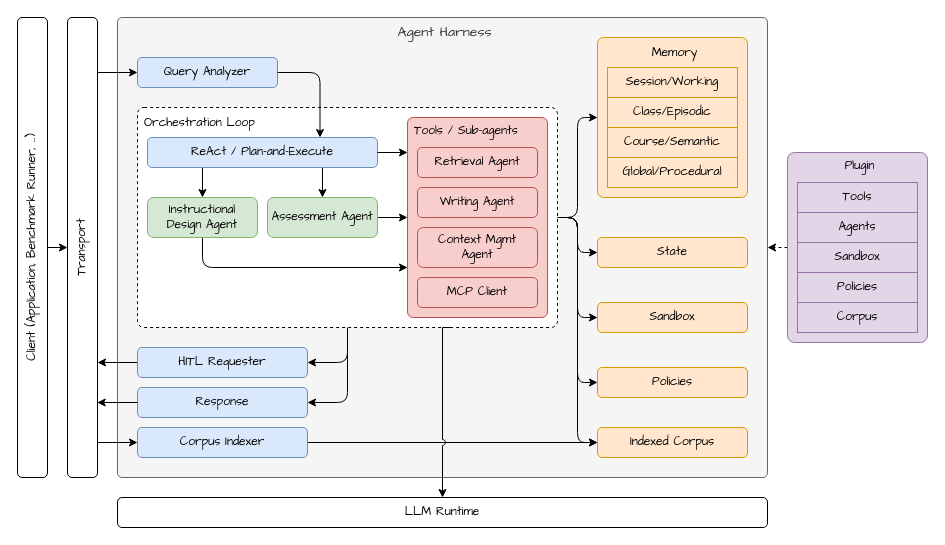
phuongbv00/alignmentgraph-isd keeps this draw.io diagram as docs/assets/arch.drawio. Above is the earlier version. Source tidied: cells renumbered, new cells numbered last; positions are measured from the earlier drawing's top-left corner, leaving out a move shared by most shapes. Both pictures are drawn from the tidied source at 100%, with x=0, y=0 at pixel (17, 17).
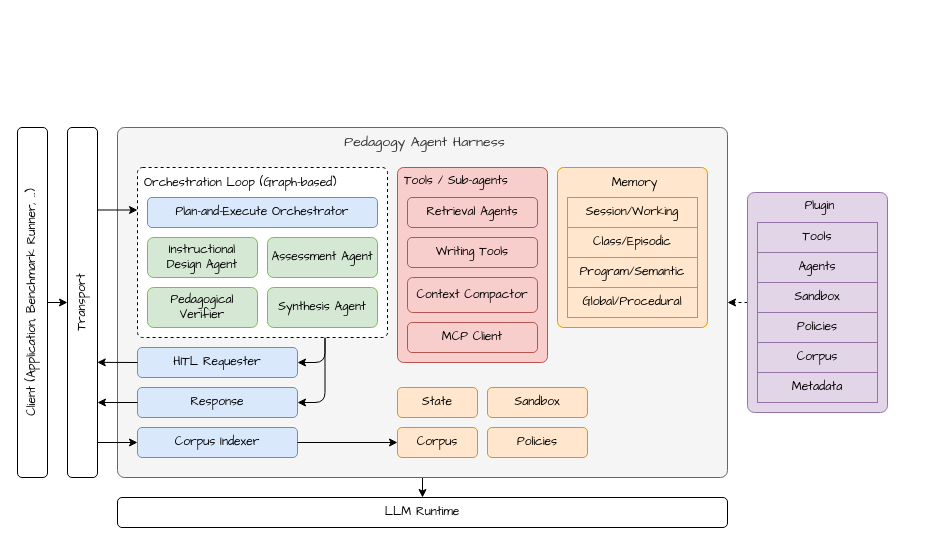
The same diagram, later.

What changed in the source:
```diff
@@
     <mxCell id="2" value="Transport" style="rounded=1;whiteSpace=wrap;html=1;fontSize=12;direction=north;flipV=1;flipH=1;horizontal=0;fontFamily=Comic Sans MS;" parent="1" vertex="1">
-      <mxGeometry x="50" width="30" height="460" as="geometry" />
+      <mxGeometry x="50" y="110" width="30" height="350" as="geometry" />
     </mxCell>
+    <mxCell id="55" style="edgeStyle=none;html=1;exitX=0.5;exitY=1;exitDx=0;exitDy=0;entryX=0.5;entryY=0;entryDx=0;entryDy=0;" parent="1" edge="1" source="3" target="5">
+      <mxGeometry relative="1" as="geometry" />
+    </mxCell>
-    <mxCell id="3" value="Agent Harness" style="rounded=1;whiteSpace=wrap;html=1;align=center;verticalAlign=top;spacingLeft=5;fontSize=14;fontFamily=Comic Sans MS;glass=0;shadow=0;fillColor=#f5f5f5;fontColor=#333333;strokeColor=#666666;arcSize=1;" parent="1" vertex="1">
-      <mxGeometry x="100" width="650" height="460" as="geometry" />
+    <mxCell id="3" value="Pedagogy Agent Harness" style="rounded=1;whiteSpace=wrap;html=1;align=center;verticalAlign=top;spacingLeft=5;fontSize=14;fontFamily=Comic Sans MS;glass=0;shadow=0;fillColor=#f5f5f5;fontColor=#333333;strokeColor=#666666;arcSize=2;" parent="1" vertex="1">
+      <mxGeometry x="100" y="110" width="610" height="350" as="geometry" />
     </mxCell>
-    <mxCell id="4" value="Query Analyzer" style="rounded=1;whiteSpace=wrap;html=1;fontSize=12;fontFamily=Comic Sans MS;fillColor=#dae8fc;strokeColor=#6c8ebf;" parent="1" vertex="1">
-      <mxGeometry x="120" y="40" width="140" height="30" as="geometry" />
-    </mxCell>
     <mxCell id="5" value="LLM Runtime" style="rounded=1;whiteSpace=wrap;html=1;fontSize=12;fontFamily=Comic Sans MS;" parent="1" vertex="1">
-      <mxGeometry x="100" y="480" width="650" height="30" as="geometry" />
+      <mxGeometry x="100" y="480" width="610" height="30" as="geometry" />
     </mxCell>
-    <mxCell id="6" style="edgeStyle=orthogonalEdgeStyle;html=1;exitX=1;exitY=0.5;exitDx=0;exitDy=0;entryX=0;entryY=0.5;entryDx=0;entryDy=0;fontFamily=Comic Sans MS;" parent="1" edge="1" source="12" target="50">
-      <mxGeometry relative="1" as="geometry" />
-    </mxCell>
-    <mxCell id="7" style="edgeStyle=orthogonalEdgeStyle;html=1;exitX=1;exitY=0.5;exitDx=0;exitDy=0;entryX=0;entryY=0.5;entryDx=0;entryDy=0;fontFamily=Comic Sans MS;" parent="1" edge="1" source="12" target="34">
-      <mxGeometry relative="1" as="geometry" />
-    </mxCell>
-    <mxCell id="8" style="edgeStyle=orthogonalEdgeStyle;html=1;exitX=1;exitY=0.5;exitDx=0;exitDy=0;entryX=0;entryY=0.5;entryDx=0;entryDy=0;fontFamily=Comic Sans MS;" parent="1" edge="1" source="12" target="35">
-      <mxGeometry relative="1" as="geometry" />
-    </mxCell>
+    <mxCell id="10" style="edgeStyle=orthogonalEdgeStyle;html=1;exitX=0.75;exitY=1;exitDx=0;exitDy=0;entryX=1;entryY=0.5;entryDx=0;entryDy=0;" parent="1" edge="1" source="12" target="18">
+      <mxGeometry relative="1" as="geometry" />
+    </mxCell>
-    <mxCell id="9" style="edgeStyle=orthogonalEdgeStyle;html=1;exitX=0.5;exitY=1;exitDx=0;exitDy=0;entryX=1;entryY=0.5;entryDx=0;entryDy=0;fontFamily=Comic Sans MS;" parent="1" edge="1" source="12" target="17">
+    <mxCell id="9" style="edgeStyle=orthogonalEdgeStyle;html=1;exitX=0.75;exitY=1;exitDx=0;exitDy=0;entryX=1;entryY=0.5;entryDx=0;entryDy=0;" parent="1" edge="1" source="12" target="17">
       <mxGeometry relative="1" as="geometry" />
     </mxCell>
-    <mxCell id="10" style="edgeStyle=orthogonalEdgeStyle;html=1;exitX=0.5;exitY=1;exitDx=0;exitDy=0;entryX=1;entryY=0.5;entryDx=0;entryDy=0;fontFamily=Comic Sans MS;" parent="1" edge="1" source="12" target="18">
-      <mxGeometry relative="1" as="geometry" />
-    </mxCell>
-    <mxCell id="11" style="edgeStyle=orthogonalEdgeStyle;html=1;exitX=1;exitY=0.5;exitDx=0;exitDy=0;entryX=0;entryY=0.5;entryDx=0;entryDy=0;fontFamily=Comic Sans MS;" parent="1" edge="1" source="12" target="45">
-      <mxGeometry relative="1" as="geometry" />
-    </mxCell>
-    <mxCell id="12" value="&lt;font style=&quot;font-size: 12px;&quot;&gt;Orchestration Loop&lt;/font&gt;" style="rounded=1;whiteSpace=wrap;html=1;align=left;verticalAlign=top;spacingLeft=5;fontSize=14;dashed=1;fontFamily=Comic Sans MS;arcSize=3;" parent="1" vertex="1">
-      <mxGeometry x="120" y="90" width="420" height="220" as="geometry" />
+    <mxCell id="12" value="&lt;font style=&quot;font-size: 12px;&quot;&gt;Orchestration Loop (Graph-based)&lt;/font&gt;" style="rounded=1;whiteSpace=wrap;html=1;align=left;verticalAlign=top;spacingLeft=5;fontSize=14;dashed=1;fontFamily=Comic Sans MS;arcSize=3;" parent="1" vertex="1">
+      <mxGeometry x="120" y="150" width="250" height="170" as="geometry" />
     </mxCell>
@@
     <mxCell id="14" value="Plugin" style="rounded=1;whiteSpace=wrap;html=1;align=center;verticalAlign=top;spacingLeft=5;fontSize=12;fontFamily=Comic Sans MS;fillColor=#e1d5e7;strokeColor=#9673a6;arcSize=5;" parent="1" vertex="1">
-      <mxGeometry x="770" y="135" width="140" height="190" as="geometry" />
+      <mxGeometry x="730" y="175" width="140" height="220" as="geometry" />
     </mxCell>
-    <mxCell id="15" style="edgeStyle=orthogonalEdgeStyle;html=1;exitX=0.75;exitY=1;exitDx=0;exitDy=0;entryX=0;entryY=0.5;entryDx=0;entryDy=0;rounded=0;curved=0;fontFamily=Comic Sans MS;" parent="1" edge="1" source="2" target="4">
-      <mxGeometry relative="1" as="geometry">
-        <Array as="points">
-          <mxPoint x="80" y="55" />
-        </Array>
-      </mxGeometry>
-    </mxCell>
-    <mxCell id="16" style="edgeStyle=orthogonalEdgeStyle;html=1;exitX=0;exitY=0.5;exitDx=0;exitDy=0;entryX=0.25;entryY=1;entryDx=0;entryDy=0;fontFamily=Comic Sans MS;" parent="1" edge="1" source="17" target="2">
-      <mxGeometry relative="1" as="geometry" />
-    </mxCell>
     <mxCell id="17" value="HITL Requester" style="rounded=1;whiteSpace=wrap;html=1;fontSize=12;fontFamily=Comic Sans MS;fillColor=#dae8fc;strokeColor=#6c8ebf;" parent="1" vertex="1">
-      <mxGeometry x="120" y="330" width="170" height="30" as="geometry" />
+      <mxGeometry x="120" y="330" width="160" height="30" as="geometry" />
     </mxCell>
     <mxCell id="18" value="Response" style="rounded=1;whiteSpace=wrap;html=1;fontSize=12;fontFamily=Comic Sans MS;fillColor=#dae8fc;strokeColor=#6c8ebf;" parent="1" vertex="1">
-      <mxGeometry x="120" y="370" width="170" height="30" as="geometry" />
+      <mxGeometry x="120" y="370" width="160" height="30" as="geometry" />
     </mxCell>
     <mxCell id="19" value="Corpus" style="rounded=0;whiteSpace=wrap;html=1;fontSize=12;fontFamily=Comic Sans MS;fillColor=#e1d5e7;strokeColor=#9673a6;" parent="1" vertex="1">
-      <mxGeometry x="780" y="285" width="120" height="30" as="geometry" />
+      <mxGeometry x="740" y="325" width="120" height="30" as="geometry" />
     </mxCell>
-    <mxCell id="20" value="Indexed Corpus" style="rounded=1;whiteSpace=wrap;html=1;fontSize=12;fontFamily=Comic Sans MS;fillColor=#ffe6cc;strokeColor=#d79b00;" parent="1" vertex="1">
-      <mxGeometry x="580" y="410" width="150" height="30" as="geometry" />
-    </mxCell>
-    <mxCell id="21" style="edgeStyle=orthogonalEdgeStyle;html=1;exitX=1;exitY=0.5;exitDx=0;exitDy=0;entryX=0;entryY=0.5;entryDx=0;entryDy=0;fontFamily=Comic Sans MS;" parent="1" edge="1" source="12" target="20">
-      <mxGeometry relative="1" as="geometry" />
-    </mxCell>
     <mxCell id="22" value="Sandbox" style="rounded=0;whiteSpace=wrap;html=1;fontSize=12;fontFamily=Comic Sans MS;fillColor=#e1d5e7;strokeColor=#9673a6;" parent="1" vertex="1">
-      <mxGeometry x="780" y="225" width="120" height="30" as="geometry" />
+      <mxGeometry x="740" y="265" width="120" height="30" as="geometry" />
     </mxCell>
-    <mxCell id="23" value="Tools / Sub-agents" style="rounded=1;whiteSpace=wrap;html=1;align=left;verticalAlign=top;spacingLeft=5;fontSize=12;fontFamily=Comic Sans MS;fillColor=#f8cecc;strokeColor=#b85450;arcSize=4;" parent="1" vertex="1">
-      <mxGeometry x="390" y="100" width="140" height="200" as="geometry" />
-    </mxCell>
-    <mxCell id="24" value="Retrieval Agent" style="rounded=1;whiteSpace=wrap;html=1;fontSize=12;fontFamily=Comic Sans MS;fillColor=#f8cecc;strokeColor=#b85450;" parent="1" vertex="1">
-      <mxGeometry x="400" y="130" width="120" height="30" as="geometry" />
-    </mxCell>
-    <mxCell id="25" style="edgeStyle=orthogonalEdgeStyle;html=1;exitX=0.5;exitY=1;exitDx=0;exitDy=0;entryX=0;entryY=0.75;entryDx=0;entryDy=0;fontFamily=Comic Sans MS;" parent="1" edge="1" source="26" target="23">
-      <mxGeometry relative="1" as="geometry">
-        <Array as="points">
-          <mxPoint x="185" y="250" />
-        </Array>
-      </mxGeometry>
-    </mxCell>
     <mxCell id="26" value="Instructional&lt;div&gt;Design Agent&lt;/div&gt;" style="rounded=1;whiteSpace=wrap;html=1;fontSize=12;fontFamily=Comic Sans MS;fillColor=#d5e8d4;strokeColor=#82b366;" parent="1" vertex="1">
-      <mxGeometry x="130" y="180" width="110" height="40" as="geometry" />
+      <mxGeometry x="130" y="220" width="110" height="40" as="geometry" />
     </mxCell>
-    <mxCell id="27" style="edgeStyle=none;html=1;exitX=1;exitY=0.5;exitDx=0;exitDy=0;entryX=0;entryY=0.5;entryDx=0;entryDy=0;fontFamily=Comic Sans MS;" parent="1" edge="1" source="28" target="23">
-      <mxGeometry relative="1" as="geometry" />
-    </mxCell>
     <mxCell id="28" value="Assessment Agent" style="rounded=1;whiteSpace=wrap;html=1;fontSize=12;fontFamily=Comic Sans MS;fillColor=#d5e8d4;strokeColor=#82b366;" parent="1" vertex="1">
-      <mxGeometry x="250" y="180" width="110" height="40" as="geometry" />
+      <mxGeometry x="250" y="220" width="110" height="40" as="geometry" />
     </mxCell>
-    <mxCell id="29" value="Writing Agent" style="rounded=1;whiteSpace=wrap;html=1;fontSize=12;fontFamily=Comic Sans MS;fillColor=#f8cecc;strokeColor=#b85450;" parent="1" vertex="1">
-      <mxGeometry x="400" y="170" width="120" height="30" as="geometry" />
-    </mxCell>
-    <mxCell id="30" value="Context Mgmt&lt;div&gt;Agent&lt;/div&gt;" style="rounded=1;whiteSpace=wrap;html=1;fontSize=12;fontFamily=Comic Sans MS;fillColor=#f8cecc;strokeColor=#b85450;" parent="1" vertex="1">
-      <mxGeometry x="400" y="210" width="120" height="40" as="geometry" />
-    </mxCell>
-    <mxCell id="31" style="edgeStyle=orthogonalEdgeStyle;html=1;exitX=0.25;exitY=1;exitDx=0;exitDy=0;entryX=0.5;entryY=0;entryDx=0;entryDy=0;rounded=0;curved=0;fontFamily=Comic Sans MS;" parent="1" edge="1" source="33" target="26">
-      <mxGeometry relative="1" as="geometry">
-        <Array as="points">
-          <mxPoint x="185" y="150" />
-        </Array>
-      </mxGeometry>
-    </mxCell>
-    <mxCell id="32" style="edgeStyle=orthogonalEdgeStyle;html=1;exitX=0.75;exitY=1;exitDx=0;exitDy=0;entryX=0.5;entryY=0;entryDx=0;entryDy=0;rounded=0;curved=0;fontFamily=Comic Sans MS;" parent="1" edge="1" source="33" target="28">
-      <mxGeometry relative="1" as="geometry">
-        <Array as="points">
-          <mxPoint x="305" y="150" />
-        </Array>
-      </mxGeometry>
-    </mxCell>
-    <mxCell id="33" value="ReAct / Plan-and-Execute" style="rounded=1;whiteSpace=wrap;html=1;fontSize=12;fontFamily=Comic Sans MS;fillColor=#dae8fc;strokeColor=#6c8ebf;" parent="1" vertex="1">
-      <mxGeometry x="130" y="120" width="230" height="30" as="geometry" />
+    <mxCell id="33" value="Plan-and-Execute Orchestrator" style="rounded=1;whiteSpace=wrap;html=1;fontSize=12;fontFamily=Comic Sans MS;fillColor=#dae8fc;strokeColor=#6c8ebf;" parent="1" vertex="1">
+      <mxGeometry x="130" y="180" width="230" height="30" as="geometry" />
     </mxCell>
     <mxCell id="34" value="State" style="rounded=1;whiteSpace=wrap;html=1;fontSize=12;fontFamily=Comic Sans MS;fillColor=#ffe6cc;strokeColor=#d79b00;" parent="1" vertex="1">
-      <mxGeometry x="580" y="220" width="150" height="30" as="geometry" />
+      <mxGeometry x="380" y="370" width="80" height="30" as="geometry" />
     </mxCell>
     <mxCell id="35" value="Sandbox" style="rounded=1;whiteSpace=wrap;html=1;fontSize=12;fontFamily=Comic Sans MS;fillColor=#ffe6cc;strokeColor=#d79b00;" parent="1" vertex="1">
-      <mxGeometry x="580" y="285" width="150" height="30" as="geometry" />
+      <mxGeometry x="470" y="370" width="100" height="30" as="geometry" />
     </mxCell>
-    <mxCell id="36" style="edgeStyle=orthogonalEdgeStyle;html=1;exitX=1;exitY=0.5;exitDx=0;exitDy=0;entryX=0.75;entryY=0;entryDx=0;entryDy=0;fontFamily=Comic Sans MS;" parent="1" edge="1" source="4" target="33">
-      <mxGeometry relative="1" as="geometry" />
-    </mxCell>
-    <mxCell id="37" style="edgeStyle=none;html=1;exitX=1;exitY=0.5;exitDx=0;exitDy=0;fontFamily=Comic Sans MS;" parent="1" edge="1" source="33">
-      <mxGeometry relative="1" as="geometry">
-        <mxPoint x="390" y="135" as="targetPoint" />
-      </mxGeometry>
-    </mxCell>
-    <mxCell id="38" value="MCP Client" style="rounded=1;whiteSpace=wrap;html=1;fontSize=12;fontFamily=Comic Sans MS;fillColor=#f8cecc;strokeColor=#b85450;" parent="1" vertex="1">
-      <mxGeometry x="400" y="260" width="120" height="30" as="geometry" />
-    </mxCell>
-    <mxCell id="39" style="edgeStyle=none;html=1;exitX=0;exitY=0.5;exitDx=0;exitDy=0;entryX=0.837;entryY=0.01;entryDx=0;entryDy=0;entryPerimeter=0;fontFamily=Comic Sans MS;" parent="1" edge="1" source="18" target="2">
-      <mxGeometry relative="1" as="geometry" />
+    <mxCell id="39" style="edgeStyle=none;html=1;exitX=0;exitY=0.5;exitDx=0;exitDy=0;fontFamily=Comic Sans MS;" parent="1" edge="1" source="18">
+      <mxGeometry relative="1" as="geometry">
+        <mxPoint x="80" y="385" as="targetPoint" />
+      </mxGeometry>
     </mxCell>
@@
     <mxCell id="41" value="Client (Application, Benchmark Runner, ...)" style="rounded=1;whiteSpace=wrap;html=1;fontSize=12;direction=north;flipV=1;flipH=1;horizontal=0;fontFamily=Comic Sans MS;" parent="1" vertex="1">
-      <mxGeometry width="30" height="460" as="geometry" />
+      <mxGeometry y="110" width="30" height="350" as="geometry" />
     </mxCell>
     <mxCell id="42" value="Agents" style="rounded=0;whiteSpace=wrap;html=1;fontSize=12;fontFamily=Comic Sans MS;fillColor=#e1d5e7;strokeColor=#9673a6;" parent="1" vertex="1">
-      <mxGeometry x="780" y="195" width="120" height="30" as="geometry" />
+      <mxGeometry x="740" y="235" width="120" height="30" as="geometry" />
     </mxCell>
     <mxCell id="43" value="Tools" style="rounded=0;whiteSpace=wrap;html=1;fontSize=12;fontFamily=Comic Sans MS;fillColor=#e1d5e7;strokeColor=#9673a6;" parent="1" vertex="1">
-      <mxGeometry x="780" y="165" width="120" height="30" as="geometry" />
+      <mxGeometry x="740" y="205" width="120" height="30" as="geometry" />
     </mxCell>
     <mxCell id="44" value="Policies" style="rounded=0;whiteSpace=wrap;html=1;fontSize=12;fontFamily=Comic Sans MS;fillColor=#e1d5e7;strokeColor=#9673a6;" parent="1" vertex="1">
-      <mxGeometry x="780" y="255" width="120" height="30" as="geometry" />
+      <mxGeometry x="740" y="295" width="120" height="30" as="geometry" />
     </mxCell>
     <mxCell id="45" value="Policies" style="rounded=1;whiteSpace=wrap;html=1;fontSize=12;fontFamily=Comic Sans MS;fillColor=#ffe6cc;strokeColor=#d79b00;" parent="1" vertex="1">
-      <mxGeometry x="580" y="350" width="150" height="30" as="geometry" />
+      <mxGeometry x="470" y="410" width="100" height="30" as="geometry" />
     </mxCell>
-    <mxCell id="46" style="edgeStyle=none;html=1;entryX=0;entryY=0.5;entryDx=0;entryDy=0;exitX=1;exitY=0.5;exitDx=0;exitDy=0;fontFamily=Comic Sans MS;" parent="1" edge="1" source="47" target="20">
-      <mxGeometry relative="1" as="geometry" />
-    </mxCell>
     <mxCell id="47" value="Corpus Indexer" style="rounded=1;whiteSpace=wrap;html=1;fontSize=12;fontFamily=Comic Sans MS;fillColor=#dae8fc;strokeColor=#6c8ebf;" parent="1" vertex="1">
-      <mxGeometry x="120" y="410" width="170" height="30" as="geometry" />
+      <mxGeometry x="120" y="410" width="160" height="30" as="geometry" />
     </mxCell>
@@
-    <mxCell id="49" style="edgeStyle=orthogonalEdgeStyle;html=1;exitX=0.75;exitY=1;exitDx=0;exitDy=0;entryX=0.5;entryY=0;entryDx=0;entryDy=0;rounded=0;jumpStyle=arc;curved=0;fontFamily=Comic Sans MS;" parent="1" edge="1" source="12" target="5">
-      <mxGeometry relative="1" as="geometry">
-        <Array as="points">
-          <mxPoint x="425" y="310" />
-        </Array>
-      </mxGeometry>
-    </mxCell>
+    <mxCell id="56" value="Pedagogical Verifier" style="rounded=1;whiteSpace=wrap;html=1;fontSize=12;fontFamily=Comic Sans MS;fillColor=#d5e8d4;strokeColor=#82b366;" parent="1" vertex="1">
+      <mxGeometry x="130" y="270" width="110" height="40" as="geometry" />
+    </mxCell>
+    <mxCell id="57" value="Synthesis Agent" style="rounded=1;whiteSpace=wrap;html=1;fontSize=12;fontFamily=Comic Sans MS;fillColor=#d5e8d4;strokeColor=#82b366;" parent="1" vertex="1">
+      <mxGeometry x="250" y="270" width="110" height="40" as="geometry" />
+    </mxCell>
+    <mxCell id="58" style="group;" parent="1" vertex="1">
+      <mxGeometry x="540" y="150" width="150" height="160" as="geometry" />
+    </mxCell>
-    <mxCell id="50" value="&lt;font style=&quot;font-size: 12px;&quot;&gt;Memory&lt;/font&gt;" style="rounded=1;whiteSpace=wrap;html=1;align=center;verticalAlign=top;spacingLeft=5;fontSize=14;fontFamily=Comic Sans MS;fillColor=#ffe6cc;strokeColor=#d79b00;arcSize=4;" parent="1" vertex="1">
-      <mxGeometry x="580" y="20" width="150" height="160" as="geometry" />
+    <mxCell id="50" value="&lt;font style=&quot;font-size: 12px;&quot;&gt;Memory&lt;/font&gt;" style="rounded=1;whiteSpace=wrap;html=1;align=center;verticalAlign=top;spacingLeft=5;fontSize=14;fontFamily=Comic Sans MS;fillColor=#ffe6cc;strokeColor=#d79b00;arcSize=4;" parent="58" vertex="1">
+      <mxGeometry width="150" height="160" as="geometry" />
     </mxCell>
-    <mxCell id="51" value="Global/Procedural" style="rounded=0;whiteSpace=wrap;html=1;fontSize=12;fontFamily=Comic Sans MS;fillColor=#ffe6cc;strokeColor=#d79b00;" parent="1" vertex="1">
-      <mxGeometry x="590" y="140" width="130" height="30" as="geometry" />
+    <mxCell id="51" value="Global/Procedural" style="rounded=0;whiteSpace=wrap;html=1;fontSize=12;fontFamily=Comic Sans MS;fillColor=#ffe6cc;strokeColor=#d79b00;" parent="58" vertex="1">
+      <mxGeometry x="10" y="120" width="130" height="30" as="geometry" />
     </mxCell>
-    <mxCell id="52" value="Course/Semantic" style="rounded=0;whiteSpace=wrap;html=1;fontSize=12;fontFamily=Comic Sans MS;fillColor=#ffe6cc;strokeColor=#d79b00;" parent="1" vertex="1">
-      <mxGeometry x="590" y="110" width="130" height="30" as="geometry" />
+    <mxCell id="52" value="Program/Semantic" style="rounded=0;whiteSpace=wrap;html=1;fontSize=12;fontFamily=Comic Sans MS;fillColor=#ffe6cc;strokeColor=#d79b00;" parent="58" vertex="1">
+      <mxGeometry x="10" y="90" width="130" height="30" as="geometry" />
     </mxCell>
-    <mxCell id="53" value="Class/Episodic" style="rounded=0;whiteSpace=wrap;html=1;fontSize=12;fontFamily=Comic Sans MS;fillColor=#ffe6cc;strokeColor=#d79b00;" parent="1" vertex="1">
-      <mxGeometry x="590" y="80" width="130" height="30" as="geometry" />
+    <mxCell id="53" value="Class/Episodic" style="rounded=0;whiteSpace=wrap;html=1;fontSize=12;fontFamily=Comic Sans MS;fillColor=#ffe6cc;strokeColor=#d79b00;" parent="58" vertex="1">
+      <mxGeometry x="10" y="60" width="130" height="30" as="geometry" />
     </mxCell>
-    <mxCell id="54" value="Session/Working" style="rounded=0;whiteSpace=wrap;html=1;fontSize=12;fontFamily=Comic Sans MS;fillColor=#ffe6cc;strokeColor=#d79b00;" parent="1" vertex="1">
-      <mxGeometry x="590" y="50" width="130" height="30" as="geometry" />
+    <mxCell id="54" value="Session/Working" style="rounded=0;whiteSpace=wrap;html=1;fontSize=12;fontFamily=Comic Sans MS;fillColor=#ffe6cc;strokeColor=#d79b00;" parent="58" vertex="1">
+      <mxGeometry x="10" y="30" width="130" height="30" as="geometry" />
     </mxCell>
+    <mxCell id="59" style="edgeStyle=none;html=1;exitX=1;exitY=0.5;exitDx=0;exitDy=0;entryX=0;entryY=0.5;entryDx=0;entryDy=0;" parent="1" edge="1" source="47" target="61">
+      <mxGeometry relative="1" as="geometry" />
+    </mxCell>
+    <mxCell id="60" style="group;" parent="1" vertex="1">
+      <mxGeometry x="380" y="150" width="150" height="195" as="geometry" />
+    </mxCell>
+    <mxCell id="23" value="Tools / Sub-agents" style="rounded=1;whiteSpace=wrap;html=1;align=left;verticalAlign=top;spacingLeft=5;fontSize=12;fontFamily=Comic Sans MS;fillColor=#f8cecc;strokeColor=#b85450;arcSize=4;" parent="60" vertex="1">
+      <mxGeometry width="150" height="195" as="geometry" />
+    </mxCell>
+    <mxCell id="24" value="Retrieval Agents" style="rounded=1;whiteSpace=wrap;html=1;fontSize=12;fontFamily=Comic Sans MS;fillColor=#f8cecc;strokeColor=#b85450;" parent="60" vertex="1">
+      <mxGeometry x="10" y="30" width="130" height="30" as="geometry" />
+    </mxCell>
+    <mxCell id="29" value="Writing Tools" style="rounded=1;whiteSpace=wrap;html=1;fontSize=12;fontFamily=Comic Sans MS;fillColor=#f8cecc;strokeColor=#b85450;" parent="60" vertex="1">
+      <mxGeometry x="10" y="70" width="130" height="30" as="geometry" />
+    </mxCell>
+    <mxCell id="30" value="Context Compactor" style="rounded=1;whiteSpace=wrap;html=1;fontSize=12;fontFamily=Comic Sans MS;fillColor=#f8cecc;strokeColor=#b85450;" parent="60" vertex="1">
+      <mxGeometry x="10" y="110" width="130" height="35" as="geometry" />
+    </mxCell>
+    <mxCell id="38" value="MCP Client" style="rounded=1;whiteSpace=wrap;html=1;fontSize=12;fontFamily=Comic Sans MS;fillColor=#f8cecc;strokeColor=#b85450;" parent="60" vertex="1">
+      <mxGeometry x="10" y="155" width="130" height="30" as="geometry" />
+    </mxCell>
+    <mxCell id="61" value="Corpus" style="rounded=1;whiteSpace=wrap;html=1;fontSize=12;fontFamily=Comic Sans MS;fillColor=#ffe6cc;strokeColor=#d79b00;" parent="1" vertex="1">
+      <mxGeometry x="380" y="410" width="80" height="30" as="geometry" />
+    </mxCell>
+    <mxCell id="62" style="edgeStyle=orthogonalEdgeStyle;html=1;exitX=0.75;exitY=1;exitDx=0;exitDy=0;entryX=0;entryY=0.25;entryDx=0;entryDy=0;rounded=0;curved=0;" parent="1" edge="1" source="2" target="12">
+      <mxGeometry relative="1" as="geometry">
+        <Array as="points">
+          <mxPoint x="80" y="192" />
+          <mxPoint x="120" y="192" />
+        </Array>
+      </mxGeometry>
+    </mxCell>
+    <mxCell id="16" style="html=1;exitX=0;exitY=0.5;exitDx=0;exitDy=0;entryX=0.671;entryY=0.008;entryDx=0;entryDy=0;fontFamily=Comic Sans MS;entryPerimeter=0;" parent="1" edge="1" source="17" target="2">
+      <mxGeometry relative="1" as="geometry" />
+    </mxCell>
+    <mxCell id="63" value="Metadata" style="rounded=0;whiteSpace=wrap;html=1;fontSize=12;fontFamily=Comic Sans MS;fillColor=#e1d5e7;strokeColor=#9673a6;" parent="1" vertex="1">
+      <mxGeometry x="740" y="355" width="120" height="30" as="geometry" />
+    </mxCell>
```
